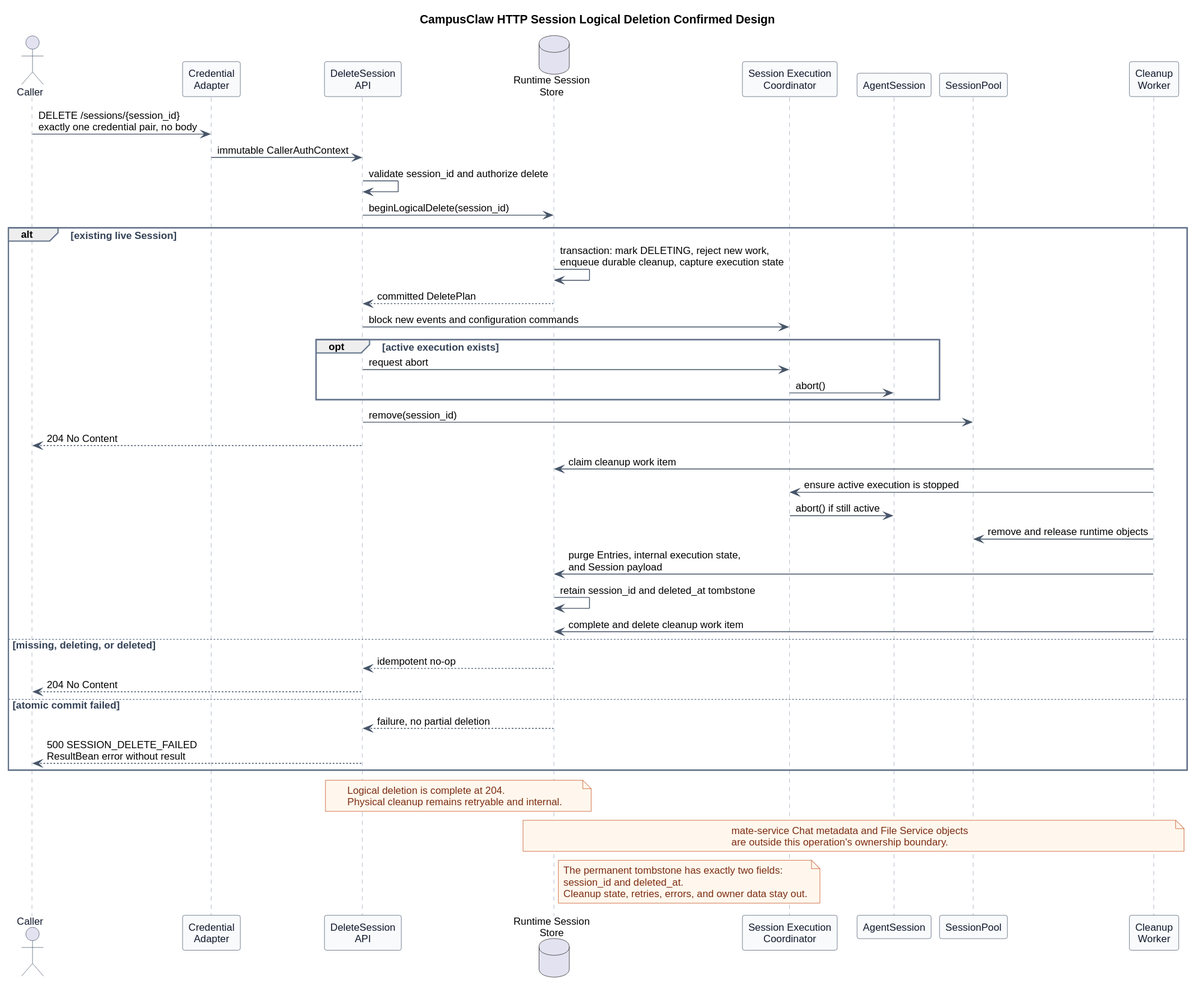
The PlantUML diagram pi-mono-java-manager-driven-multi-agent-runtime/http_delete_session.svg in ssm0808/pi-mono-java-design, before a commit.
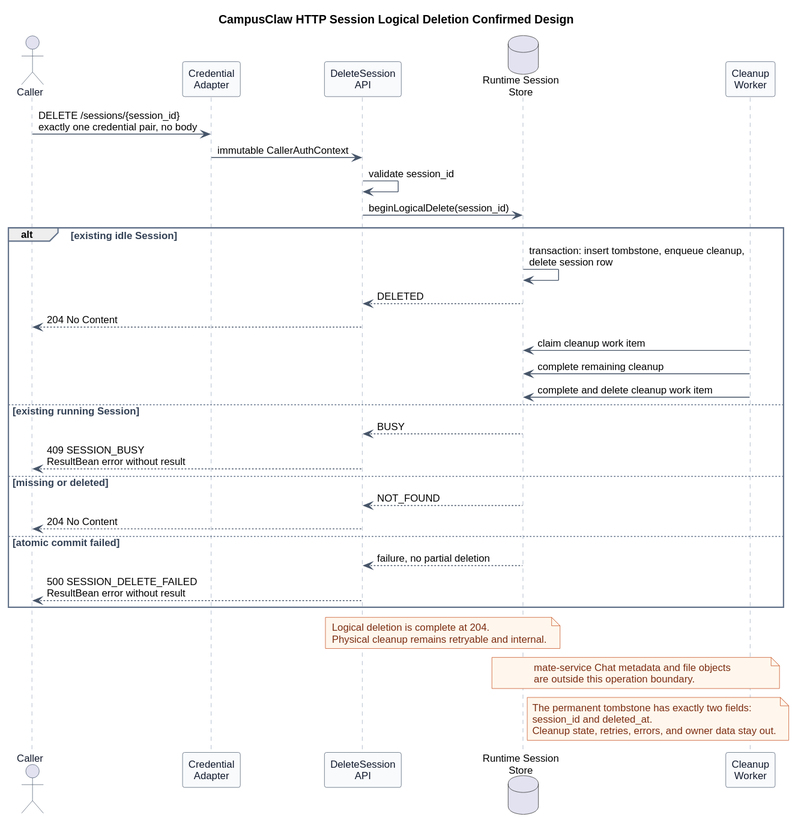
After the change.

Diff of the diagram source:
```diff
@@ -28,35 +28,25 @@
 participant "Credential\nAdapter" as Auth
 participant "DeleteSession\nAPI" as API
 database "Runtime Session\nStore" as Store
-participant "Session Execution\nCoordinator" as Execution
-participant AgentSession
-participant SessionPool
 participant "Cleanup\nWorker" as Worker
 
 Caller -> Auth : DELETE /sessions/{session_id}\nexactly one credential pair, no body
 Auth -> API : immutable CallerAuthContext
-API -> API : validate session_id and authorize delete
+API -> API : validate session_id
 API -> Store : beginLogicalDelete(session_id)
 
-alt existing live Session
-  Store -> Store : transaction: mark DELETING, reject new work,\nenqueue durable cleanup, capture execution state
-  Store --> API : committed DeletePlan
-  API -> Execution : block new events and configuration commands
-  opt active execution exists
-    API -> Execution : request abort
-    Execution -> AgentSession : abort()
-  end
-  API -> SessionPool : remove(session_id)
+alt existing idle Session
+  Store -> Store : transaction: insert tombstone, enqueue cleanup,\ndelete session row
+  Store --> API : DELETED
   API --> Caller : 204 No Content
   Worker -> Store : claim cleanup work item
-  Worker -> Execution : ensure active execution is stopped
-  Execution -> AgentSession : abort() if still active
-  Worker -> SessionPool : remove and release runtime objects
-  Worker -> Store : purge Entries, internal execution state,\nand Session payload
-  Store -> Store : retain session_id and deleted_at tombstone
+  Worker -> Store : complete remaining cleanup
   Worker -> Store : complete and delete cleanup work item
-else missing, deleting, or deleted
-  Store --> API : idempotent no-op
+else existing running Session
+  Store --> API : BUSY
+  API --> Caller : 409 SESSION_BUSY\nResultBean error without result
+else missing or deleted
+  Store --> API : NOT_FOUND
   API --> Caller : 204 No Content
 else atomic commit failed
   Store --> API : failure, no partial deletion
@@ -69,8 +59,8 @@
 end note
 
 note over Store,Worker
-mate-service Chat metadata and File Service objects
-are outside this operation's ownership boundary.
+mate-service Chat metadata and file objects
+are outside this operation boundary.
 end note
 
 note right of Store
```
